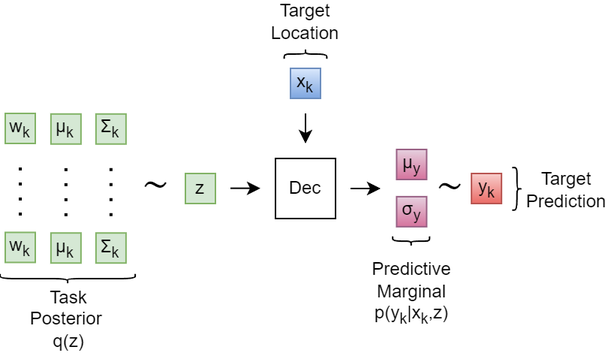
Above: assets/diagrams/exports/gmm-np.png in ChickNCurry/dvi-for-bml (draw.io), before the change. Source tidied: cells renumbered, new cells last; positions are measured from the earlier drawing's top-left corner, leaving out a move shared by most shapes.
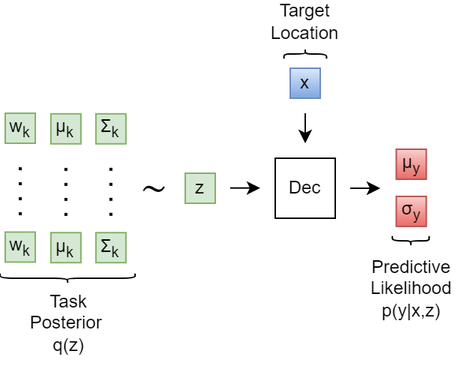
Above is the later version.

The edit, as a diff of the source:
```diff
@@ -23,16 +23,16 @@
         <mxPoint x="200" y="90" as="targetPoint" />
       </mxGeometry>
     </mxCell>
-    <mxCell id="7" value="&lt;font color=&quot;#000000&quot;&gt;x&lt;sub&gt;k&lt;/sub&gt;&lt;/font&gt;" style="whiteSpace=wrap;html=1;fillColor=#dae8fc;strokeColor=#6c8ebf;gradientColor=#7ea6e0;" parent="1" vertex="1">
+    <mxCell id="7" value="&lt;font color=&quot;#000000&quot;&gt;x&lt;/font&gt;" style="whiteSpace=wrap;html=1;fillColor=#dae8fc;strokeColor=#6c8ebf;gradientColor=#7ea6e0;" parent="1" vertex="1">
       <mxGeometry x="190" y="40" width="20" height="20" as="geometry" />
     </mxCell>
     <mxCell id="8" value="Dec" style="rounded=0;whiteSpace=wrap;html=1;" parent="1" vertex="1">
       <mxGeometry x="180" y="100" width="40" height="40" as="geometry" />
     </mxCell>
-    <mxCell id="9" value="μ&lt;sub&gt;y&lt;/sub&gt;" style="whiteSpace=wrap;html=1;fillColor=#e6d0de;strokeColor=#996185;gradientColor=#d5739d;fontColor=#000000;" parent="1" vertex="1">
+    <mxCell id="9" value="μ&lt;sub&gt;y&lt;/sub&gt;" style="whiteSpace=wrap;html=1;fillColor=#f8cecc;strokeColor=#b85450;gradientColor=#ea6b66;fontColor=#000000;" parent="1" vertex="1">
       <mxGeometry x="260.7" y="94" width="20" height="20" as="geometry" />
     </mxCell>
-    <mxCell id="10" value="σ&lt;sub&gt;y&lt;/sub&gt;" style="whiteSpace=wrap;html=1;fillColor=#e6d0de;strokeColor=#996185;gradientColor=#d5739d;fontColor=#000000;" parent="1" vertex="1">
+    <mxCell id="10" value="σ&lt;sub&gt;y&lt;/sub&gt;" style="whiteSpace=wrap;html=1;fillColor=#f8cecc;strokeColor=#b85450;gradientColor=#ea6b66;fontColor=#000000;" parent="1" vertex="1">
       <mxGeometry x="260.7" y="125.4" width="20" height="20" as="geometry" />
     </mxCell>
     <mxCell id="11" style="endArrow=classic;html=1;" parent="1" edge="1">
@@ -41,9 +41,6 @@
         <mxPoint x="250" y="120" as="targetPoint" />
       </mxGeometry>
     </mxCell>
-    <mxCell id="12" value="&lt;font color=&quot;#000000&quot;&gt;y&lt;sub&gt;k&lt;/sub&gt;&lt;/font&gt;" style="whiteSpace=wrap;html=1;fillColor=#f8cecc;strokeColor=#b85450;gradientColor=#ea6b66;" parent="1" vertex="1">
-      <mxGeometry x="310.6" y="110" width="20" height="20" as="geometry" />
-    </mxCell>
     <mxCell id="13" style="shape=curlyBracket;whiteSpace=wrap;html=1;rounded=1;labelPosition=left;verticalLabelPosition=middle;align=right;verticalAlign=middle;fontColor=#000000;rotation=90;" parent="1" vertex="1">
       <mxGeometry x="196.9" y="16.3" width="6.3" height="28.3" as="geometry" />
     </mxCell>
@@ -54,20 +51,14 @@
       <mxGeometry x="38.4" y="135" width="6.3" height="90" as="geometry" />
     </mxCell>
     <mxCell id="16" value="Task Posterior&amp;nbsp;&lt;br&gt;&lt;font style=&quot;font-size: 12px;&quot;&gt;q(z)&lt;/font&gt;" style="text;html=1;strokeColor=none;fillColor=none;align=center;verticalAlign=middle;whiteSpace=wrap;rounded=0;fontColor=#000000;" parent="1" vertex="1">
-      <mxGeometry x="5.4" y="180" width="74.6" height="54.6" as="geometry" />
+      <mxGeometry x="5.4" y="183" width="74.6" height="54.6" as="geometry" />
     </mxCell>
     <mxCell id="17" style="shape=curlyBracket;whiteSpace=wrap;html=1;rounded=1;labelPosition=left;verticalLabelPosition=middle;align=right;verticalAlign=middle;fontColor=#000000;rotation=-90;" parent="1" vertex="1">
       <mxGeometry x="267.2" y="142.8" width="6.3" height="24.6" as="geometry" />
     </mxCell>
-    <mxCell id="18" value="Predictive Marginal p(y&lt;sub&gt;k&lt;/sub&gt;&lt;span style=&quot;font-size: 12px;&quot;&gt;|x&lt;sub&gt;k&lt;/sub&gt;,z)&lt;/span&gt;" style="text;html=1;strokeColor=none;fillColor=none;align=center;verticalAlign=middle;whiteSpace=wrap;rounded=0;fontColor=#000000;fontSize=12;" parent="1" vertex="1">
-      <mxGeometry x="240.7" y="167.3" width="60" height="45.6" as="geometry" />
+    <mxCell id="18" value="Predictive Likelihood p(y&lt;span style=&quot;font-size: 12px;&quot;&gt;|x,z)&lt;/span&gt;" style="text;html=1;strokeColor=none;fillColor=none;align=center;verticalAlign=middle;whiteSpace=wrap;rounded=0;fontColor=#000000;fontSize=12;" parent="1" vertex="1">
+      <mxGeometry x="240.7" y="164.3" width="60" height="45.6" as="geometry" />
     </mxCell>
-    <mxCell id="19" style="shape=curlyBracket;whiteSpace=wrap;html=1;rounded=1;labelPosition=left;verticalLabelPosition=middle;align=right;verticalAlign=middle;fontColor=#000000;rotation=-180;" parent="1" vertex="1">
-      <mxGeometry x="337.7" y="106.1" width="6.3" height="28.3" as="geometry" />
-    </mxCell>
-    <mxCell id="20" value="Target Prediction" style="text;html=1;strokeColor=none;fillColor=none;align=center;verticalAlign=middle;whiteSpace=wrap;rounded=0;fontColor=#000000;" parent="1" vertex="1">
-      <mxGeometry x="349" y="111.7" width="50" height="18.3" as="geometry" />
-    </mxCell>
     <mxCell id="21" value="μ&lt;sub&gt;k&lt;/sub&gt;" style="whiteSpace=wrap;html=1;fillColor=#d5e8d4;strokeColor=#82b366;fontColor=#000000;" parent="1" vertex="1">
       <mxGeometry x="30.4" y="149.6" width="20" height="20" as="geometry" />
     </mxCell>
@@ -90,10 +81,7 @@
       <mxGeometry x="5" y="106" width="10" height="36" as="geometry" />
     </mxCell>
     <mxCell id="28" value="&lt;font style=&quot;font-size: 25px;&quot;&gt;∼&lt;/font&gt;" style="text;html=1;strokeColor=none;fillColor=none;align=center;verticalAlign=middle;whiteSpace=wrap;rounded=0;fontSize=12;" parent="1" vertex="1">
-      <mxGeometry x="83.4" y="110" width="34.6" height="10.2" as="geometry" />
+      <mxGeometry x="82.4" y="113" width="34.6" height="10.2" as="geometry" />
     </mxCell>
-    <mxCell id="29" value="&lt;font style=&quot;font-size: 25px;&quot;&gt;∼&lt;/font&gt;" style="text;html=1;strokeColor=none;fillColor=none;align=center;verticalAlign=middle;whiteSpace=wrap;rounded=0;fontSize=12;" parent="1" vertex="1">
-      <mxGeometry x="279" y="110.7" width="34.6" height="10.2" as="geometry" />
-    </mxCell>
   </root>
 </mxGraphModel>
```
